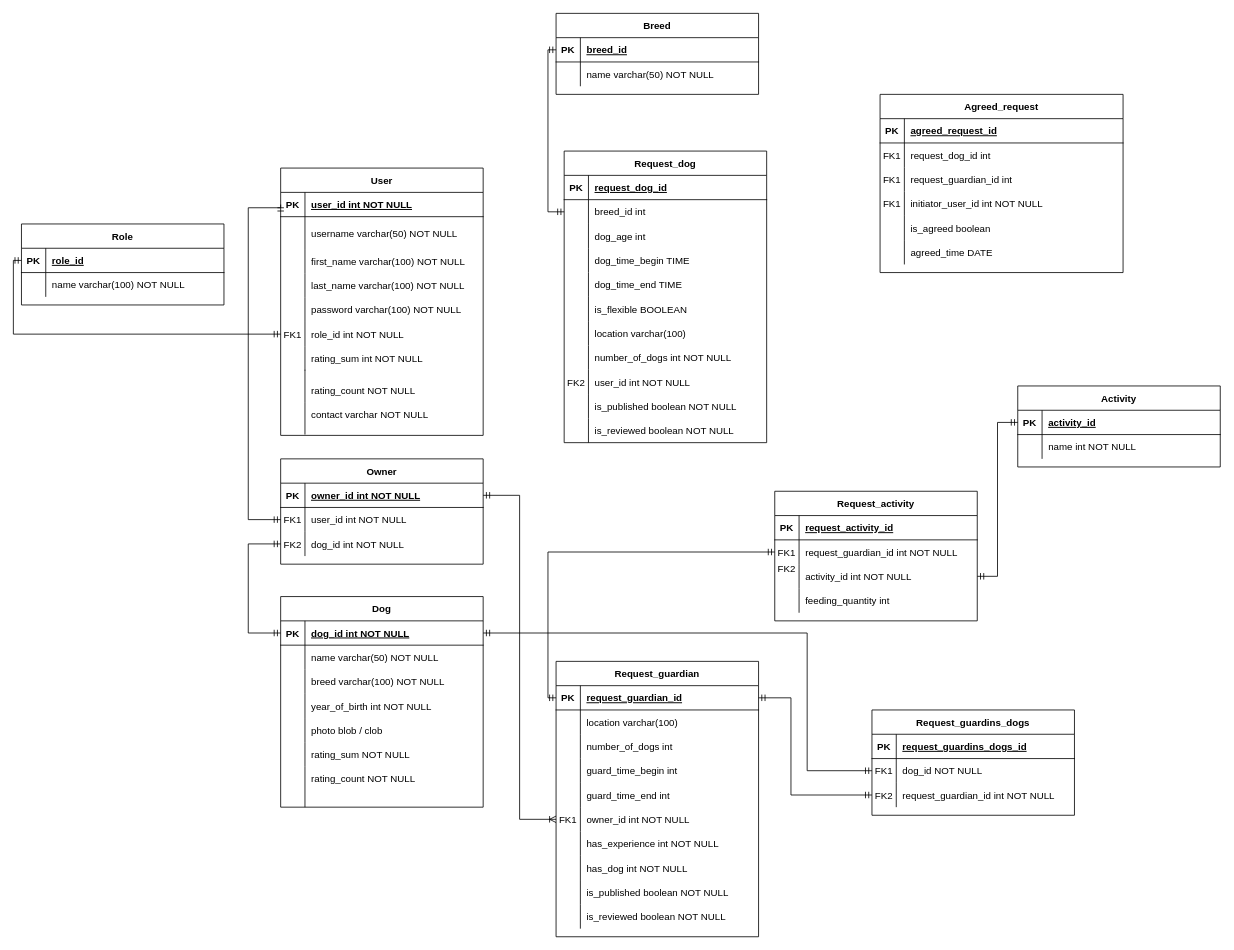
Earlier version of the draw.io diagram skica_baze.drawio (sleko01/cuvari-pasa). Source tidied: cells renumbered, new cells numbered last; positions are measured from the earlier drawing's top-left corner, leaving out a move shared by most shapes. Both pictures are drawn from the tidied source at 81%, with x=0, y=0 at pixel (21, 13).
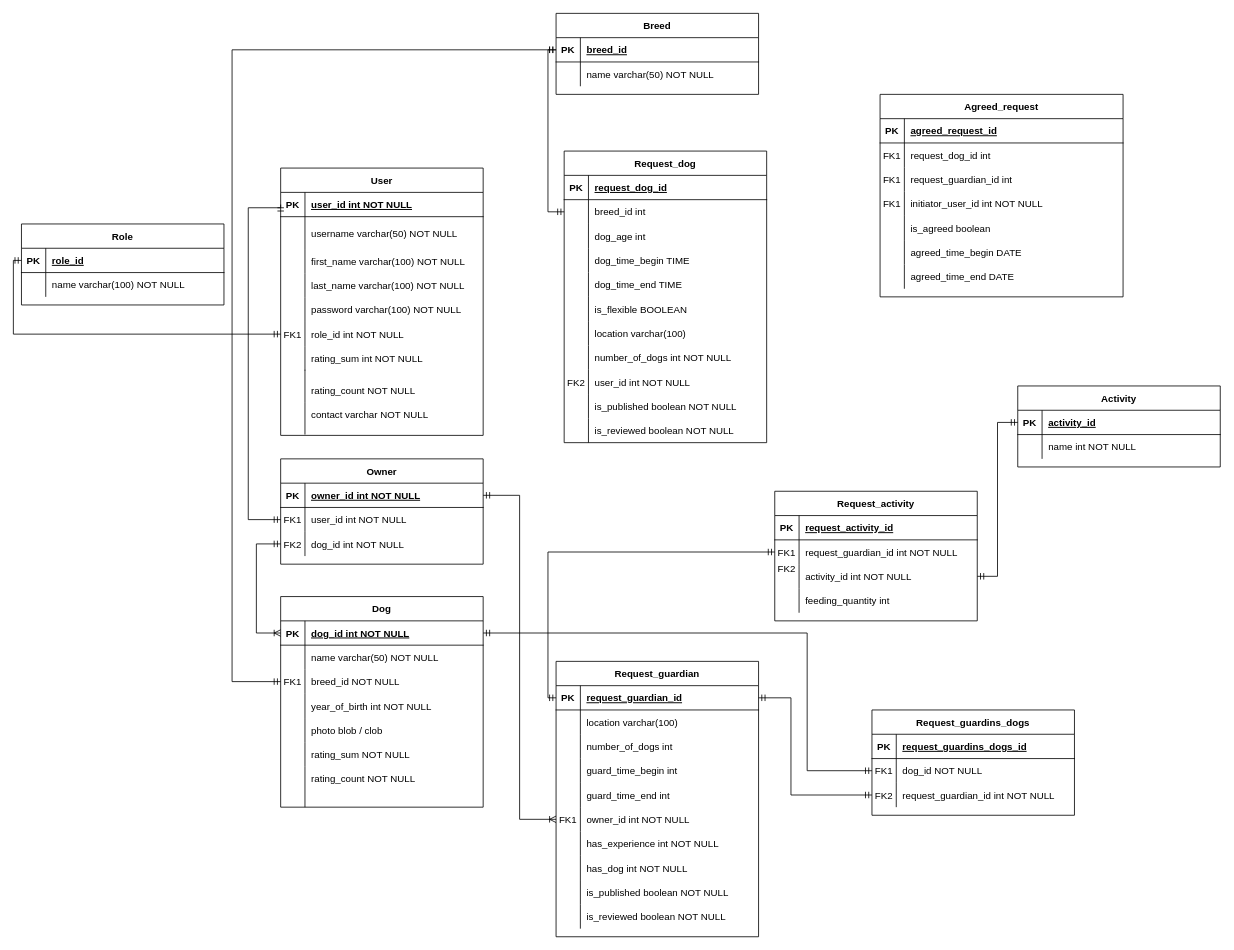
The same page after the edit.

Commit message (it also covers changes not shown here):
Ažurirana baza i dnevnik zapisa

The change refers to these unchanged cells:
```xml
<mxCell id="3" style="shape=partialRectangle;fillColor=none;points=[[0,0.5],[1,0.5]];portConstraint=eastwest;top=0;left=0;right=0;bottom=1;" parent="2" vertex="1">
  <mxGeometry y="30" width="250" height="30" as="geometry" />
</mxCell>
<mxCell id="9" style="shape=partialRectangle;fillColor=none;points=[[0,0.5],[1,0.5]];portConstraint=eastwest;top=0;left=0;right=0;bottom=0;" parent="2" vertex="1">
  <mxGeometry y="90" width="250" height="30" as="geometry" />
</mxCell>
<mxCell id="50" style="shape=partialRectangle;fillColor=none;points=[[0,0.5],[1,0.5]];portConstraint=eastwest;top=0;left=0;right=0;bottom=0;" parent="43" vertex="1">
  <mxGeometry y="90" width="250" height="30" as="geometry" />
</mxCell>
<mxCell id="98" style="shape=partialRectangle;fillColor=none;top=0;left=0;right=0;bottom=0;" parent="82" vertex="1">
  <mxGeometry y="180" width="300" height="30" as="geometry" />
</mxCell>
<mxCell id="133" style="shape=partialRectangle;fillColor=none;points=[[0,0.5],[1,0.5]];portConstraint=eastwest;top=0;left=0;right=0;bottom=1;" parent="132" vertex="1">
  <mxGeometry y="30" width="250" height="30" as="geometry" />
</mxCell>
```

Change to the diagram source:
```diff
@@
-    <mxCell id="10" style="shape=partialRectangle;overflow=hidden;fillColor=none;top=0;left=0;bottom=0;right=0;" parent="9" vertex="1">
+    <mxCell id="10" value="FK1" style="shape=partialRectangle;overflow=hidden;fillColor=none;top=0;left=0;bottom=0;right=0;" parent="9" vertex="1">
       <mxGeometry width="30" height="30" as="geometry" />
     </mxCell>
-    <mxCell id="11" value="breed varchar(100) NOT NULL" style="shape=partialRectangle;overflow=hidden;fillColor=none;top=0;left=0;bottom=0;right=0;align=left;spacingLeft=6;" parent="9" vertex="1">
+    <mxCell id="11" value="breed_id NOT NULL" style="shape=partialRectangle;overflow=hidden;fillColor=none;top=0;left=0;bottom=0;right=0;align=left;spacingLeft=6;" parent="9" vertex="1">
       <mxGeometry x="30" width="220" height="30" as="geometry" />
     </mxCell>
@@
-    <mxCell id="54" style="edgeStyle=orthogonalEdgeStyle;fontSize=12;html=1;endArrow=ERmandOne;startArrow=ERmandOne;rounded=0;entryX=0;entryY=0.5;entryDx=0;entryDy=0;exitX=0;exitY=0.5;exitDx=0;exitDy=0;" parent="1" edge="1" source="3" target="50">
-      <mxGeometry relative="1" as="geometry">
-        <Array as="points">
-          <mxPoint x="280" y="765" />
-          <mxPoint x="280" y="655" />
-        </Array>
-      </mxGeometry>
-    </mxCell>
@@
     <mxCell id="82" value="Agreed_request" style="shape=table;startSize=30;childLayout=tableLayout;rowLines=0;fontStyle=1;align=center;" parent="1" vertex="1">
-      <mxGeometry x="1060" y="100" width="300" height="220" as="geometry" />
+      <mxGeometry x="1060" y="100" width="300" height="250" as="geometry" />
     </mxCell>
@@
-    <mxCell id="100" value="agreed_time DATE" style="shape=partialRectangle;overflow=hidden;fillColor=none;top=0;left=0;bottom=0;right=0;align=left;spacingLeft=6;" parent="98" vertex="1">
+    <mxCell id="100" value="agreed_time_begin DATE" style="shape=partialRectangle;overflow=hidden;fillColor=none;top=0;left=0;bottom=0;right=0;align=left;spacingLeft=6;" parent="98" vertex="1">
       <mxGeometry x="30" width="270" height="30" as="geometry" />
     </mxCell>
+    <mxCell id="197" style="shape=partialRectangle;fillColor=none;top=0;left=0;right=0;bottom=0;" parent="82" vertex="1">
+      <mxGeometry y="210" width="300" height="30" as="geometry" />
+    </mxCell>
+    <mxCell id="198" style="shape=partialRectangle;overflow=hidden;fillColor=none;top=0;left=0;bottom=0;right=0;" parent="197" vertex="1">
+      <mxGeometry width="30" height="30" as="geometry" />
+    </mxCell>
+    <mxCell id="199" value="agreed_time_end DATE" style="shape=partialRectangle;overflow=hidden;fillColor=none;top=0;left=0;bottom=0;right=0;align=left;spacingLeft=6;" parent="197" vertex="1">
+      <mxGeometry x="30" width="270" height="30" as="geometry" />
+    </mxCell>
@@
+    <mxCell id="200" style="edgeStyle=orthogonalEdgeStyle;fontSize=12;html=1;endArrow=ERoneToMany;startArrow=ERmandOne;rounded=0;exitX=0;exitY=0.5;exitDx=0;exitDy=0;entryX=0;entryY=0.5;entryDx=0;entryDy=0;" parent="1" edge="1" source="50" target="3">
+      <mxGeometry relative="1" as="geometry">
+        <Array as="points">
+          <mxPoint x="290" y="655" />
+          <mxPoint x="290" y="765" />
+        </Array>
+      </mxGeometry>
+    </mxCell>
+    <mxCell id="201" style="edgeStyle=orthogonalEdgeStyle;fontSize=12;html=1;endArrow=ERmandOne;startArrow=ERmandOne;rounded=0;entryX=0;entryY=0.5;entryDx=0;entryDy=0;exitX=0;exitY=0.5;exitDx=0;exitDy=0;" parent="1" edge="1" source="9" target="133">
+      <mxGeometry relative="1" as="geometry">
+        <Array as="points">
+          <mxPoint x="260" y="825" />
+          <mxPoint x="260" y="45" />
+        </Array>
+      </mxGeometry>
+    </mxCell>
```
